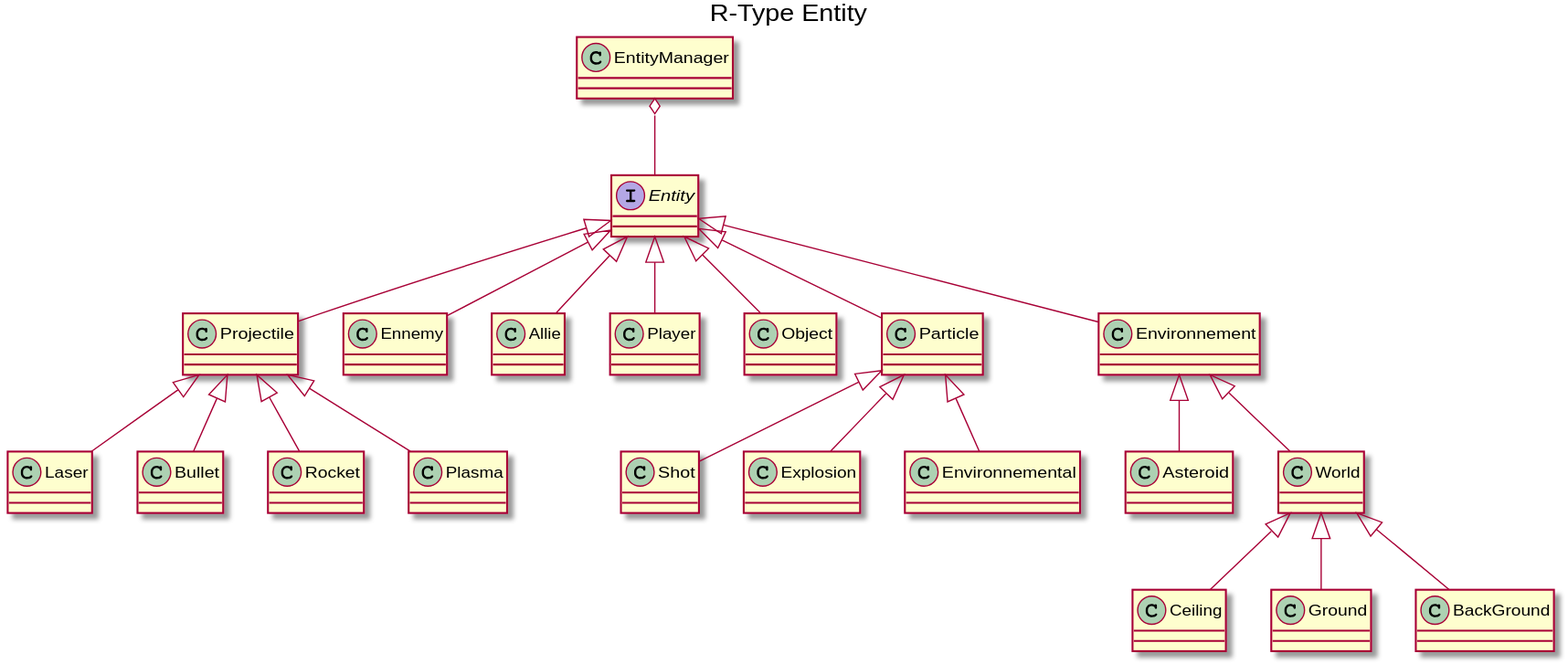
Earlier version of the PlantUML export Documentation/UML/Entity.uml.svg (Jostyck9/R-type). Its diagram source:
```plantuml
@startuml
title R-Type Entity

Class EntityManager
Interface Entity

EntityManager o-- Entity


Entity <|-- Projectile

Projectile <|-- Laser
Projectile <|-- Bullet
Projectile <|-- Rocket
Projectile <|-- Plasma


Entity <|-- Ennemy

Entity <|-- Allie

Entity <|-- Player

Entity <|-- Object

Entity <|-- Particle

Particle <|-- Shot
Particle <|-- Explosion
Particle <|-- Environnemental

Entity <|-- Environnement

Environnement <|-- Asteroid
Environnement <|-- World

World <|-- Ceiling
World <|-- Ground
World <|-- BackGround
@enduml
```
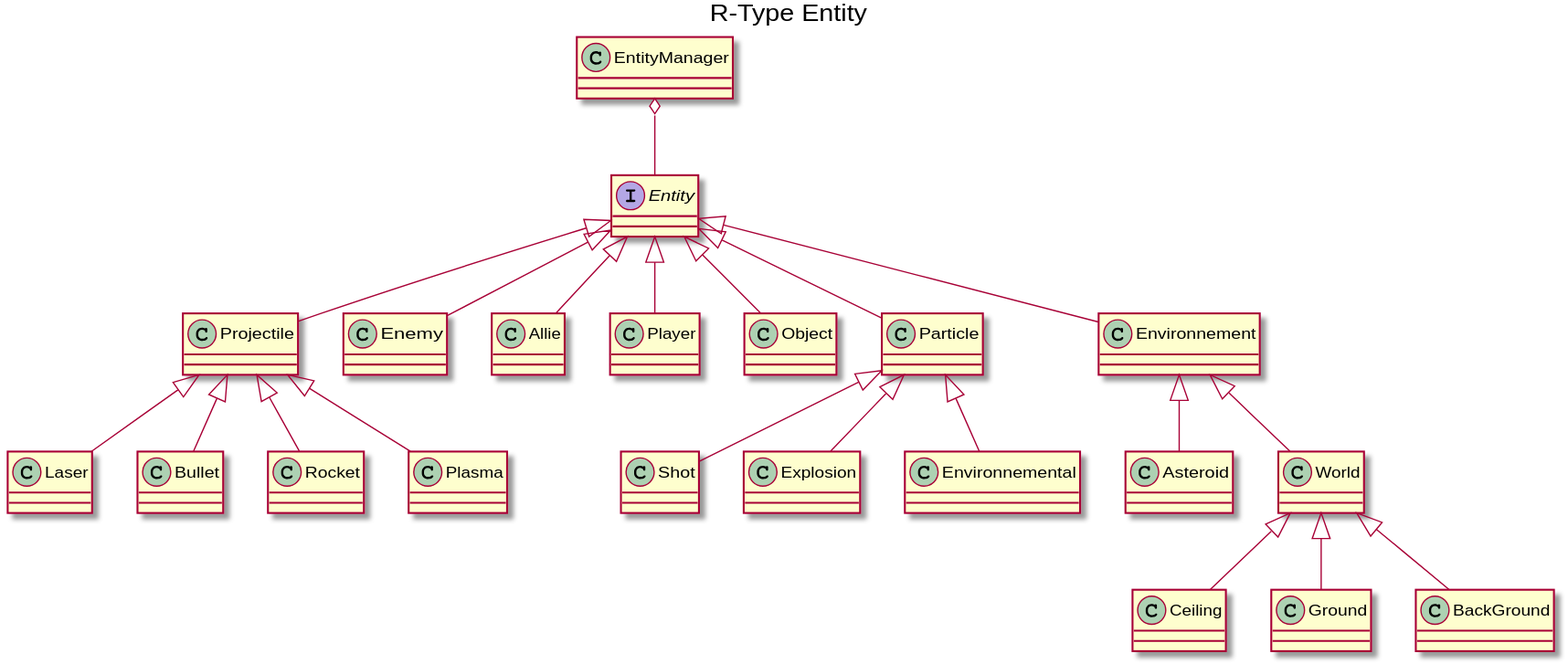
After the commit.

Change to the diagram source:
```diff
@@ -15,7 +15,7 @@
 Projectile <|-- Plasma
 
 
-Entity <|-- Ennemy
+Entity <|-- Enemy
 
 Entity <|-- Allie
 
```
